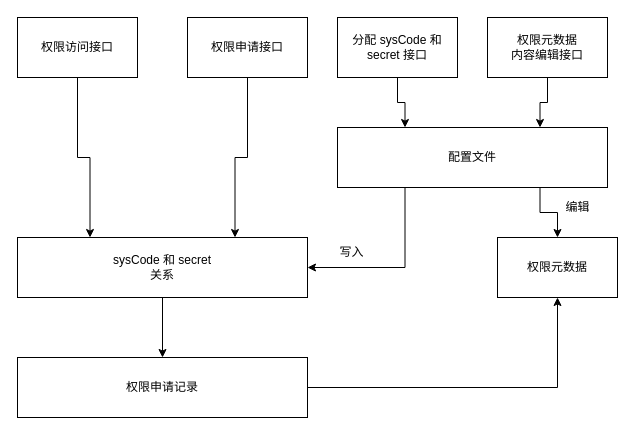
Above: page "第 3 页" (3 of 4) of 未命名绘图.drawio in anriclee/diagramStorage (draw.io), before the change. Source tidied: cells renumbered, new cells numbered last; positions are measured from the earlier drawing's top-left corner, leaving out a move shared by most shapes. Both pictures are drawn from the tidied source at 100%, with x=0, y=0 at pixel (17, 17).
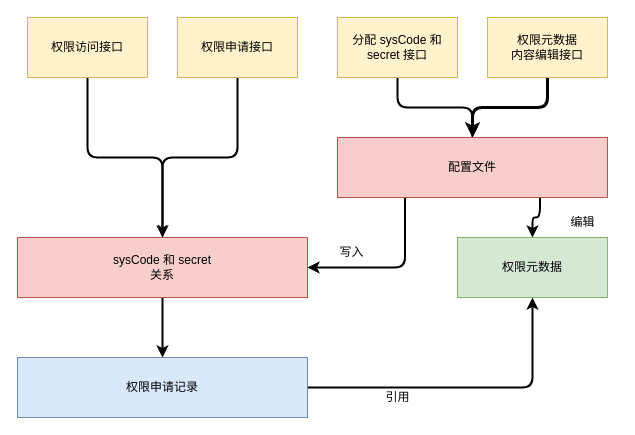
The same diagram, later.

Commit message:
更新未命名绘图.drawio

The edit, as a diff of the source:
```diff
@@
-    <mxCell id="2" style="edgeStyle=orthogonalEdgeStyle;rounded=0;jettySize=auto;html=1;entryX=0.75;entryY=0;entryDx=0;entryDy=0;" parent="1" edge="1" source="3" target="15">
+    <mxCell id="2" style="edgeStyle=orthogonalEdgeStyle;rounded=1;jettySize=auto;html=1;entryX=0.5;entryY=0;entryDx=0;entryDy=0;strokeWidth=3;" parent="1" edge="1" source="3" target="15">
       <mxGeometry relative="1" as="geometry" />
     </mxCell>
-    <mxCell id="3" value="权限元数据&lt;br&gt;内容编辑接口" style="rounded=0;whiteSpace=wrap;html=1;" parent="1" vertex="1">
+    <mxCell id="3" value="权限元数据&lt;br&gt;内容编辑接口" style="rounded=0;whiteSpace=wrap;html=1;fillColor=#fff2cc;strokeColor=#d6b656;" parent="1" vertex="1">
       <mxGeometry x="470" width="120" height="60" as="geometry" />
     </mxCell>
-    <mxCell id="4" style="edgeStyle=orthogonalEdgeStyle;rounded=0;jettySize=auto;html=1;entryX=0.25;entryY=0;entryDx=0;entryDy=0;" parent="1" edge="1" source="5" target="15">
+    <mxCell id="4" style="edgeStyle=orthogonalEdgeStyle;rounded=1;jettySize=auto;html=1;entryX=0.5;entryY=0;entryDx=0;entryDy=0;strokeWidth=2;endArrow=async;endFill=1;" parent="1" edge="1" source="5" target="15">
       <mxGeometry relative="1" as="geometry" />
     </mxCell>
-    <mxCell id="5" value="分配 sysCode 和 secret 接口" style="rounded=0;whiteSpace=wrap;html=1;" parent="1" vertex="1">
+    <mxCell id="5" value="分配 sysCode 和 secret 接口" style="rounded=0;whiteSpace=wrap;html=1;fillColor=#fff2cc;strokeColor=#d6b656;" parent="1" vertex="1">
       <mxGeometry x="320" width="120" height="60" as="geometry" />
     </mxCell>
-    <mxCell id="6" style="edgeStyle=orthogonalEdgeStyle;rounded=0;jettySize=auto;html=1;entryX=0.75;entryY=0;entryDx=0;entryDy=0;" parent="1" edge="1" source="7" target="17">
+    <mxCell id="6" style="edgeStyle=orthogonalEdgeStyle;rounded=1;jettySize=auto;html=1;entryX=0.5;entryY=0;entryDx=0;entryDy=0;endArrow=classicThin;endFill=1;strokeWidth=2;" parent="1" edge="1" source="7" target="17">
       <mxGeometry relative="1" as="geometry" />
     </mxCell>
-    <mxCell id="7" value="权限申请接口" style="rounded=0;whiteSpace=wrap;html=1;" parent="1" vertex="1">
-      <mxGeometry x="170" width="120" height="60" as="geometry" />
+    <mxCell id="7" value="权限申请接口" style="rounded=0;whiteSpace=wrap;html=1;fillColor=#fff2cc;strokeColor=#d6b656;" parent="1" vertex="1">
+      <mxGeometry x="160" width="120" height="60" as="geometry" />
     </mxCell>
-    <mxCell id="8" style="edgeStyle=orthogonalEdgeStyle;rounded=0;jettySize=auto;html=1;entryX=0.25;entryY=0;entryDx=0;entryDy=0;" parent="1" edge="1" source="9" target="17">
+    <mxCell id="8" style="edgeStyle=orthogonalEdgeStyle;rounded=1;jettySize=auto;html=1;entryX=0.5;entryY=0;entryDx=0;entryDy=0;strokeWidth=2;" parent="1" edge="1" source="9" target="17">
       <mxGeometry relative="1" as="geometry" />
     </mxCell>
-    <mxCell id="9" value="权限访问接口" style="rounded=0;whiteSpace=wrap;html=1;" parent="1" vertex="1">
-      <mxGeometry width="120" height="60" as="geometry" />
+    <mxCell id="9" value="权限访问接口" style="rounded=0;whiteSpace=wrap;html=1;fillColor=#fff2cc;strokeColor=#d6b656;" parent="1" vertex="1">
+      <mxGeometry x="10" width="120" height="60" as="geometry" />
     </mxCell>
-    <mxCell id="10" style="edgeStyle=orthogonalEdgeStyle;rounded=0;jettySize=auto;html=1;entryX=0.5;entryY=1;entryDx=0;entryDy=0;" parent="1" edge="1" source="11" target="12">
+    <mxCell id="10" style="edgeStyle=orthogonalEdgeStyle;rounded=1;jettySize=auto;html=1;entryX=0.5;entryY=1;entryDx=0;entryDy=0;strokeWidth=2;" parent="1" edge="1" source="11" target="12">
       <mxGeometry relative="1" as="geometry" />
     </mxCell>
-    <mxCell id="11" value="权限申请记录" style="rounded=0;whiteSpace=wrap;html=1;" parent="1" vertex="1">
+    <mxCell id="11" value="权限申请记录" style="rounded=0;whiteSpace=wrap;html=1;fillColor=#dae8fc;strokeColor=#6c8ebf;" parent="1" vertex="1">
       <mxGeometry y="340" width="290" height="60" as="geometry" />
     </mxCell>
-    <mxCell id="12" value="权限元数据" style="rounded=0;whiteSpace=wrap;html=1;" parent="1" vertex="1">
-      <mxGeometry x="480" y="220" width="120" height="60" as="geometry" />
+    <mxCell id="12" value="权限元数据" style="rounded=0;whiteSpace=wrap;html=1;fillColor=#d5e8d4;strokeColor=#82b366;" parent="1" vertex="1">
+      <mxGeometry x="440" y="220" width="150" height="60" as="geometry" />
     </mxCell>
-    <mxCell id="13" style="edgeStyle=orthogonalEdgeStyle;rounded=0;jettySize=auto;html=1;exitX=0.25;exitY=1;exitDx=0;exitDy=0;entryX=1;entryY=0.5;entryDx=0;entryDy=0;" parent="1" edge="1" source="15" target="17">
+    <mxCell id="13" style="edgeStyle=orthogonalEdgeStyle;rounded=1;jettySize=auto;html=1;exitX=0.25;exitY=1;exitDx=0;exitDy=0;entryX=1;entryY=0.5;entryDx=0;entryDy=0;strokeWidth=2;" parent="1" edge="1" source="15" target="17">
       <mxGeometry relative="1" as="geometry" />
     </mxCell>
-    <mxCell id="14" style="edgeStyle=orthogonalEdgeStyle;rounded=0;jettySize=auto;html=1;entryX=0.5;entryY=0;entryDx=0;entryDy=0;exitX=0.75;exitY=1;exitDx=0;exitDy=0;" parent="1" edge="1" source="15" target="12">
+    <mxCell id="14" style="edgeStyle=orthogonalEdgeStyle;rounded=1;jettySize=auto;html=1;entryX=0.5;entryY=0;entryDx=0;entryDy=0;exitX=0.75;exitY=1;exitDx=0;exitDy=0;strokeWidth=2;" parent="1" edge="1" source="15" target="12">
       <mxGeometry relative="1" as="geometry" />
     </mxCell>
-    <mxCell id="15" value="配置文件" style="rounded=0;whiteSpace=wrap;html=1;" parent="1" vertex="1">
-      <mxGeometry x="320" y="110" width="270" height="60" as="geometry" />
+    <mxCell id="15" value="配置文件" style="rounded=0;whiteSpace=wrap;html=1;fillColor=#f8cecc;strokeColor=#b85450;" parent="1" vertex="1">
+      <mxGeometry x="320" y="120" width="270" height="60" as="geometry" />
     </mxCell>
-    <mxCell id="16" style="edgeStyle=orthogonalEdgeStyle;rounded=0;jettySize=auto;html=1;entryX=0.5;entryY=0;entryDx=0;entryDy=0;" parent="1" edge="1" source="17" target="11">
+    <mxCell id="16" style="edgeStyle=orthogonalEdgeStyle;rounded=1;jettySize=auto;html=1;entryX=0.5;entryY=0;entryDx=0;entryDy=0;strokeWidth=2;" parent="1" edge="1" source="17" target="11">
       <mxGeometry relative="1" as="geometry" />
     </mxCell>
-    <mxCell id="17" value="sysCode 和 secret &lt;br&gt;关系" style="rounded=0;whiteSpace=wrap;html=1;" parent="1" vertex="1">
+    <mxCell id="17" value="sysCode 和 secret &lt;br&gt;关系" style="rounded=0;whiteSpace=wrap;html=1;fillColor=#f8cecc;strokeColor=#b85450;" parent="1" vertex="1">
       <mxGeometry y="220" width="290" height="60" as="geometry" />
     </mxCell>
@@
     <mxCell id="19" value="编辑" style="text;html=1;align=center;verticalAlign=middle;strokeColor=none;fillColor=none;" parent="1" vertex="1">
-      <mxGeometry x="535" y="175" width="50" height="30" as="geometry" />
+      <mxGeometry x="540" y="190" width="50" height="30" as="geometry" />
     </mxCell>
+    <mxCell id="20" value="引用" style="text;html=1;align=center;verticalAlign=middle;strokeColor=none;fillColor=none;" parent="1" vertex="1">
+      <mxGeometry x="355" y="365" width="50" height="30" as="geometry" />
+    </mxCell>
```
